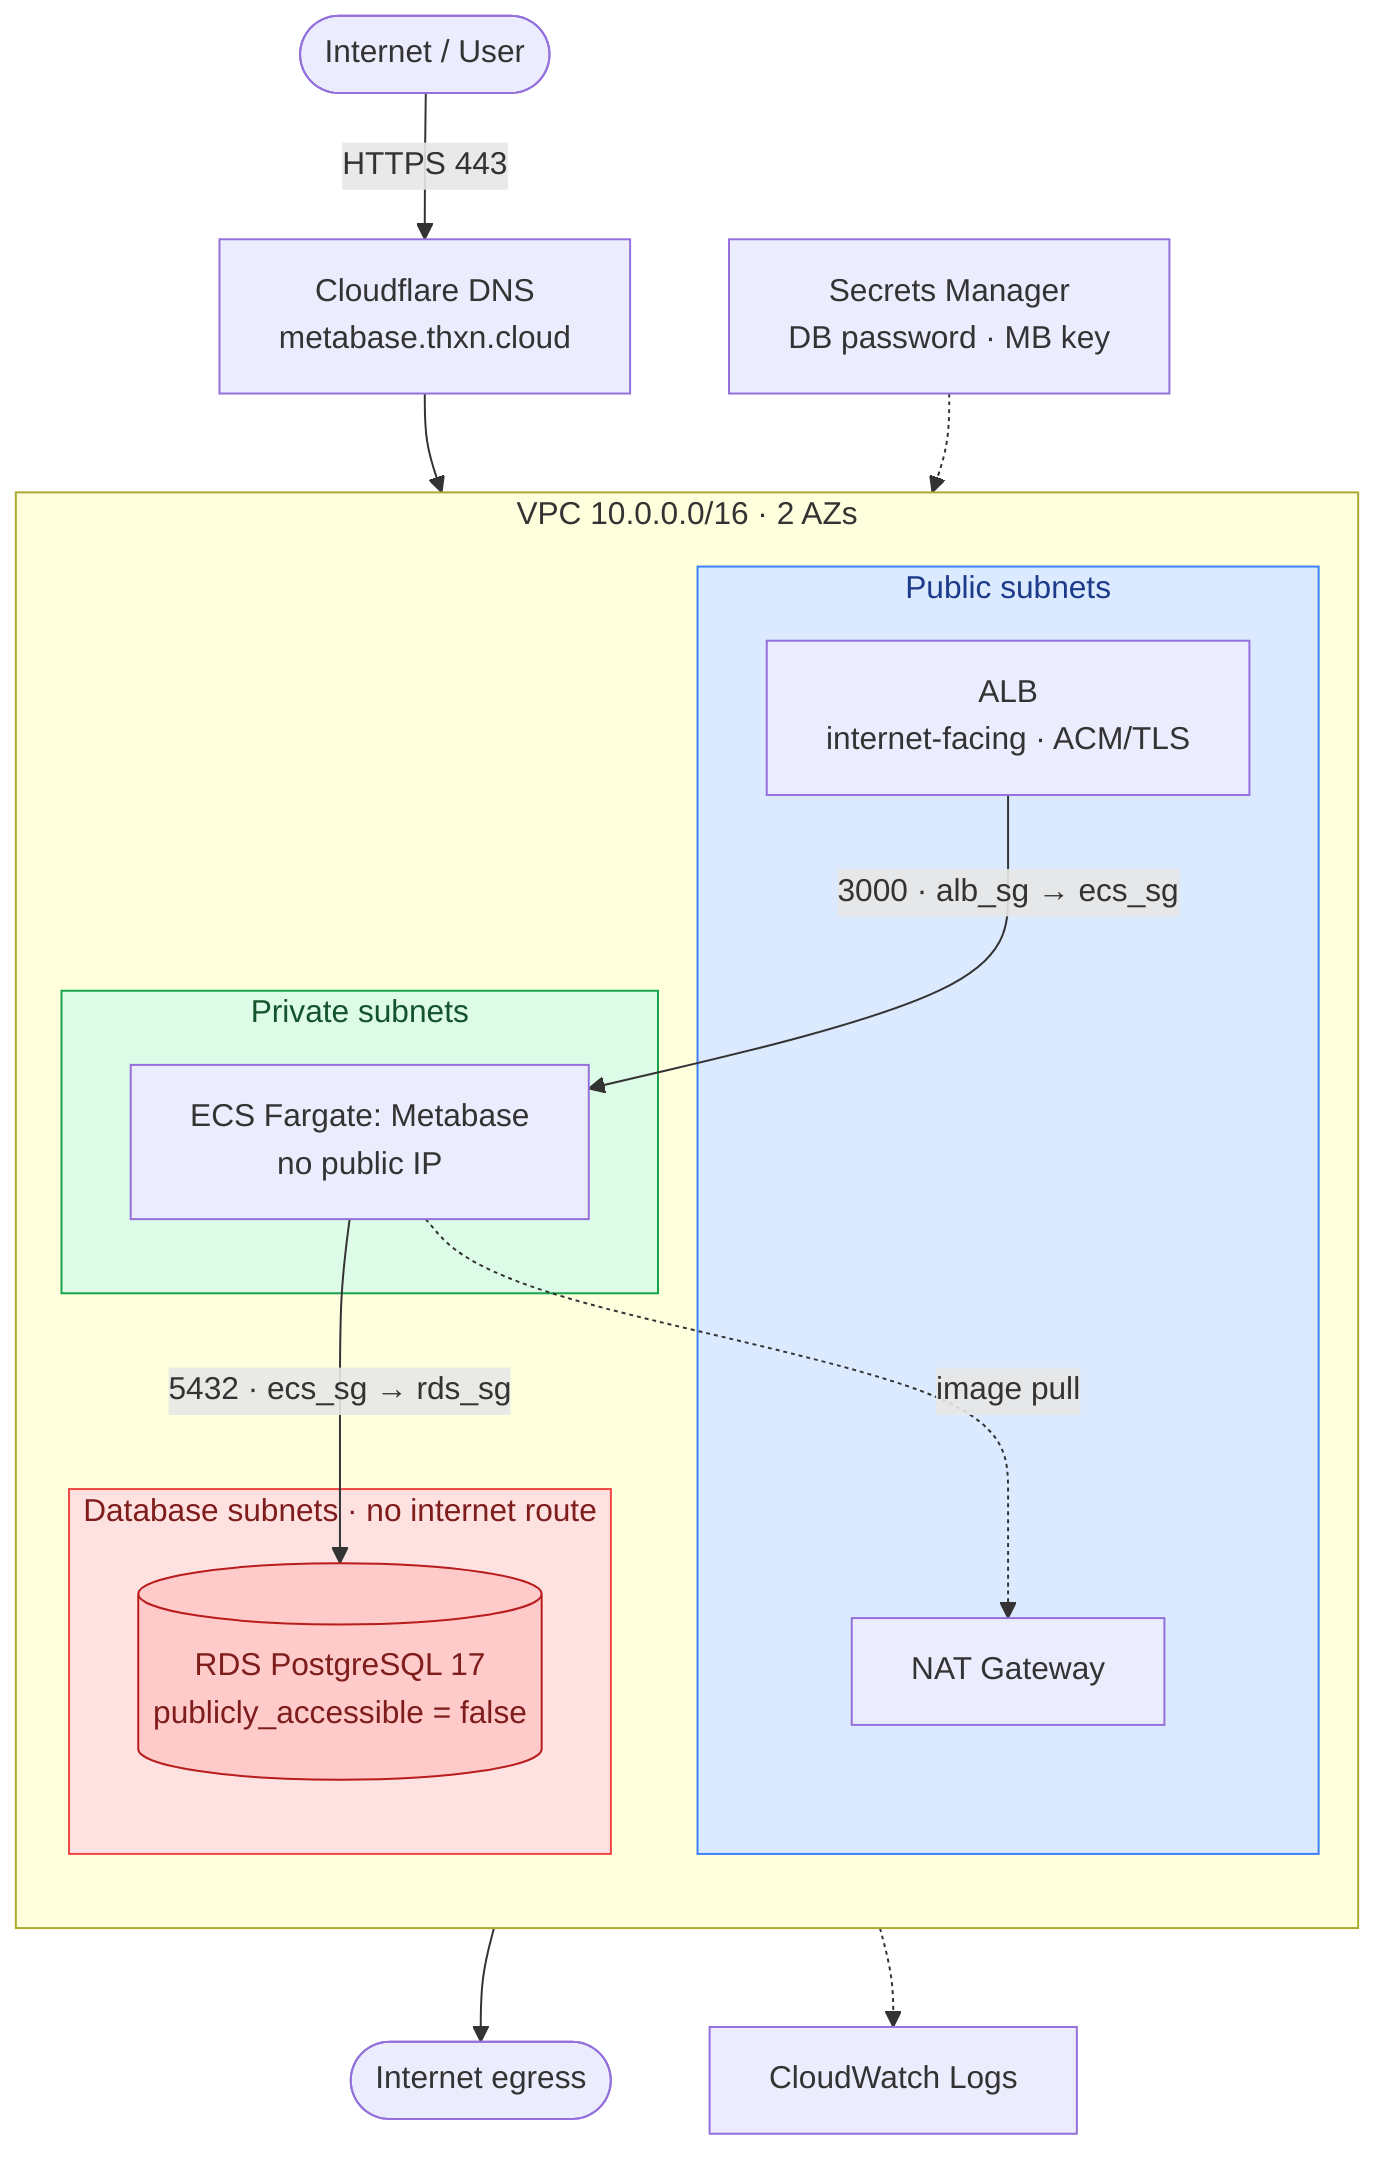
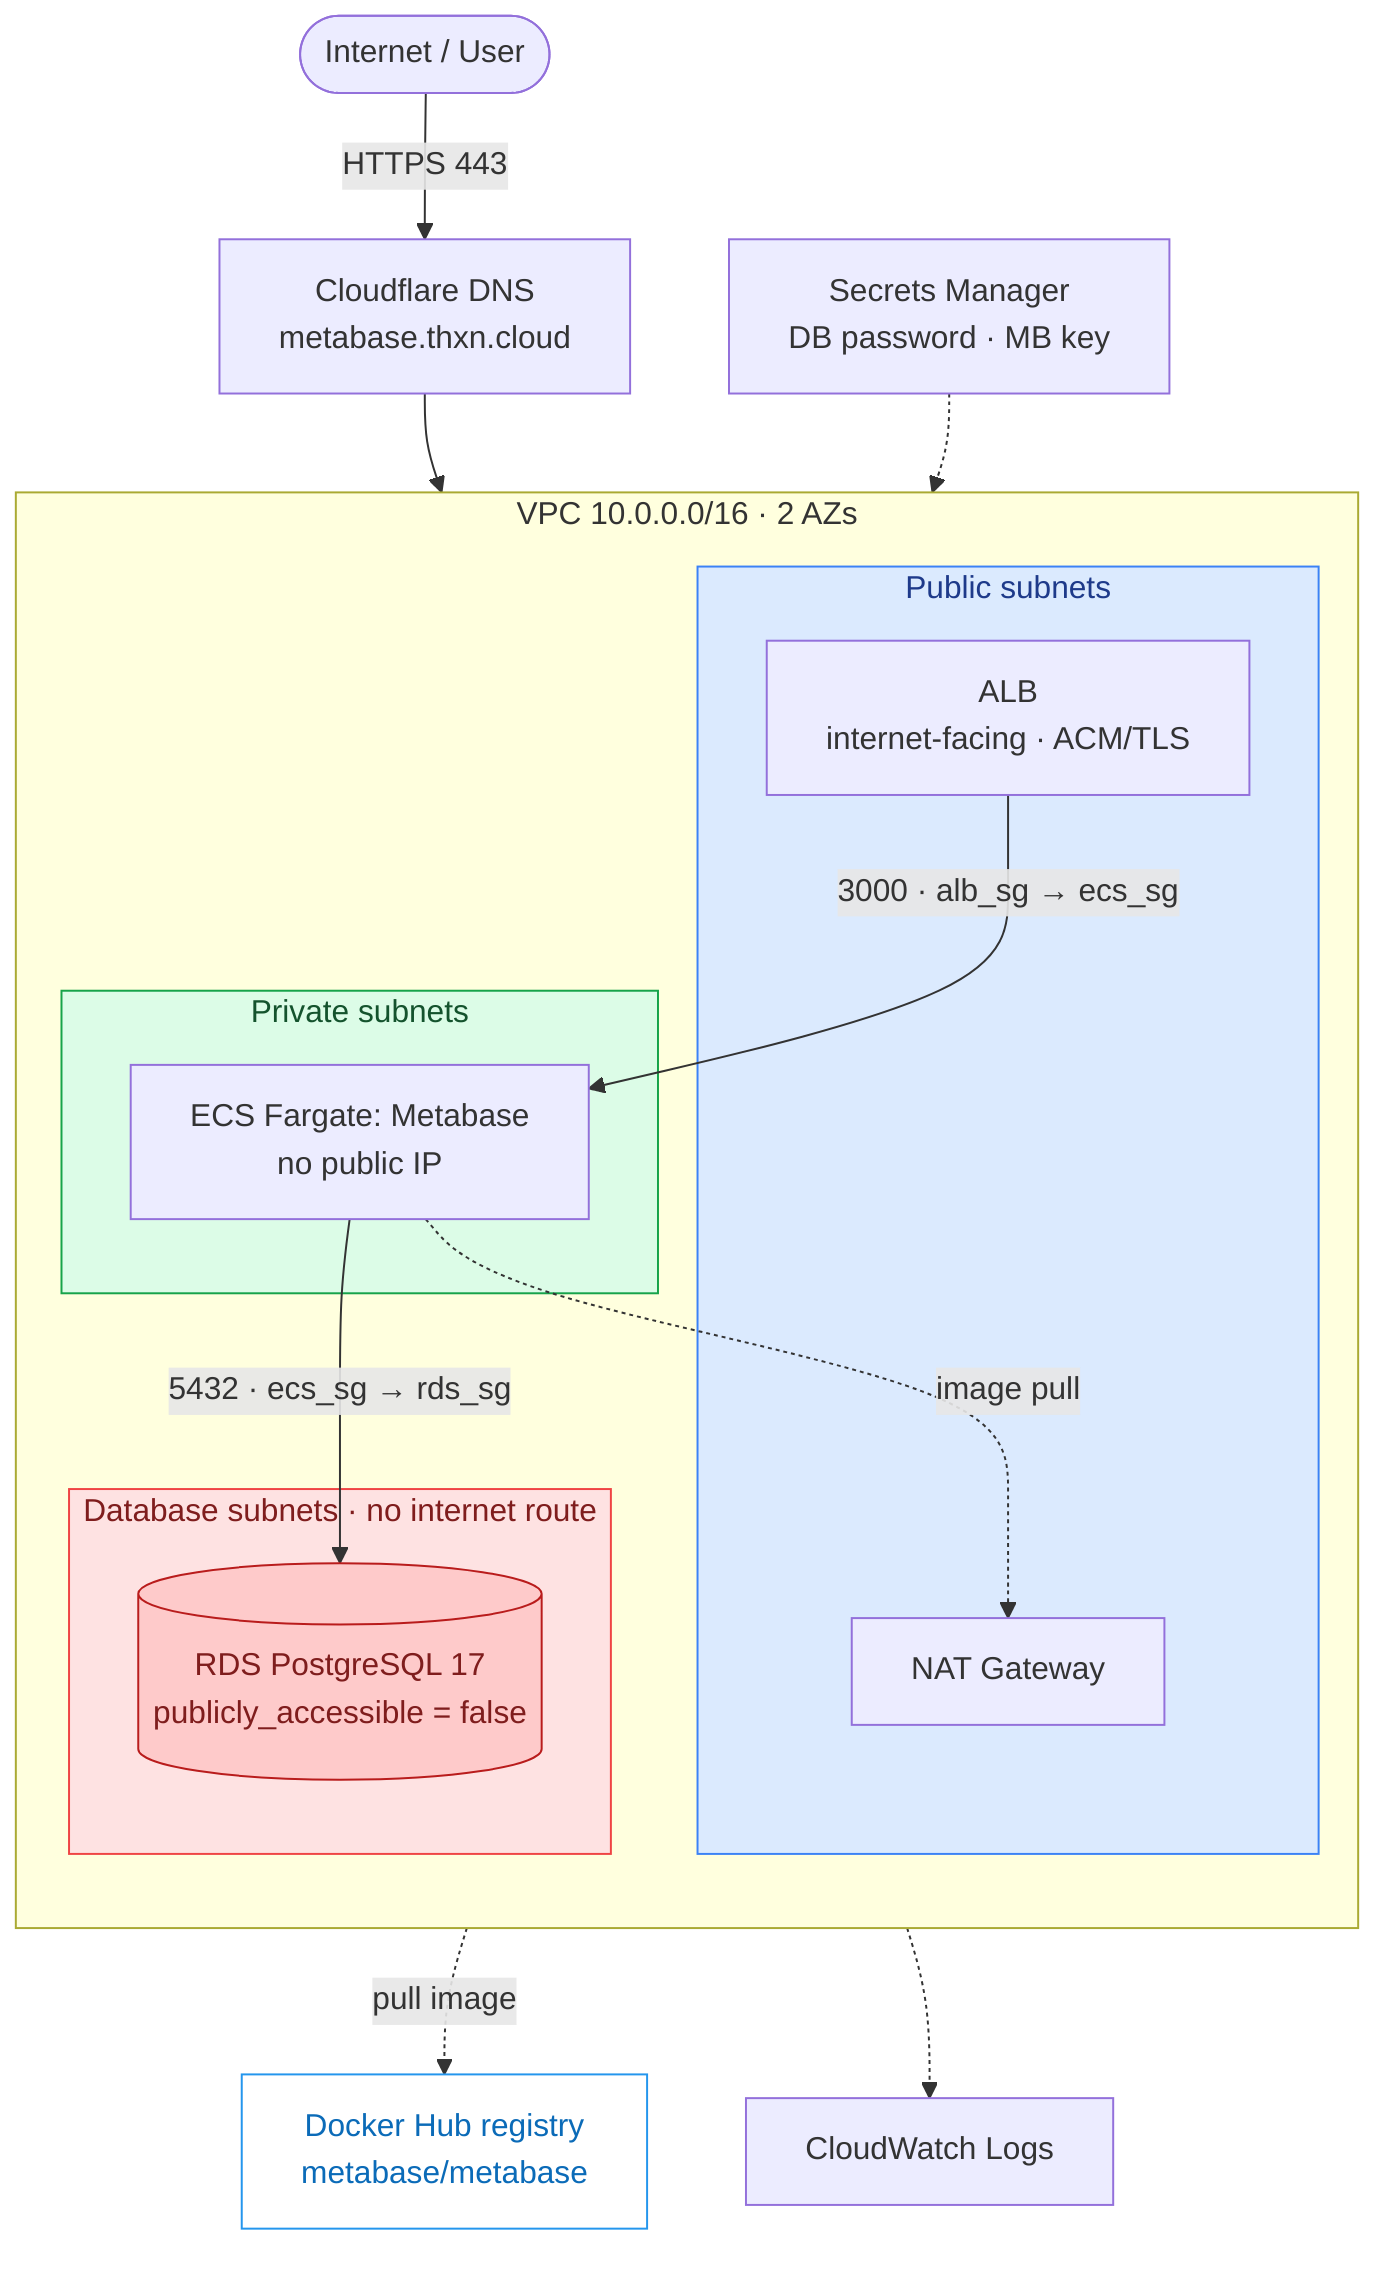
%% Source for docs/architecture.svg — edit here, then re-render (e.g. mermaid.live or mmdc).
flowchart TD
    user([Internet / User]) -->|HTTPS 443| dns["Cloudflare DNS<br/>metabase.thxn.cloud"]
    dns --> alb

    subgraph vpc["VPC 10.0.0.0/16 · 2 AZs"]
      direction TB
      subgraph pub["Public subnets"]
        alb["ALB<br/>internet-facing · ACM/TLS"]
        nat["NAT Gateway"]
      end
      subgraph priv["Private subnets"]
        ecs["ECS Fargate: Metabase<br/>no public IP"]
      end
      subgraph data["Database subnets · no internet route"]
        rds[("RDS PostgreSQL 17<br/>publicly_accessible = false")]
      end
      alb -->|"3000 · alb_sg → ecs_sg"| ecs
      ecs -->|"5432 · ecs_sg → rds_sg"| rds
      ecs -.->|image pull| nat
    end

-     nat --> out([Internet egress])
+     nat -.->|pull image| reg["Docker Hub registry<br/>metabase/metabase"]
    sm["Secrets Manager<br/>DB password · MB key"] -.-> ecs
    ecs -.-> cw["CloudWatch Logs"]

    style pub fill:#dbeafe,stroke:#3b82f6,color:#1e3a8a
    style priv fill:#dcfce7,stroke:#16a34a,color:#14532d
    style data fill:#fee2e2,stroke:#ef4444,color:#7f1d1d
    style rds fill:#fecaca,stroke:#b91c1c,color:#7f1d1d
+     style reg fill:#ffffff,stroke:#2496ed,color:#0b6bb8
